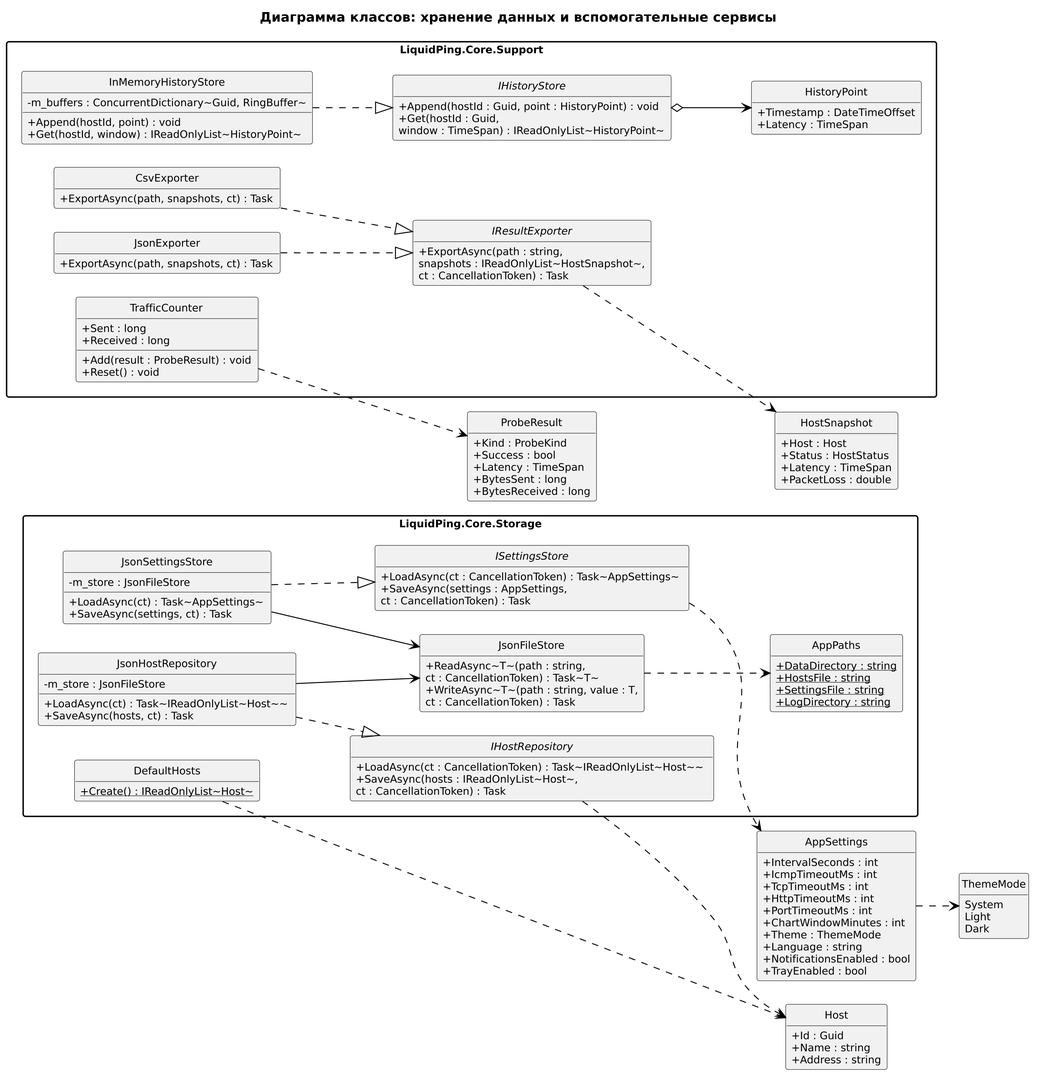
The PlantUML diagram docs/uml/img/class-storage.png in Levandovskii/liquid-ping, before a commit. Its source is kept beside it as docs/uml/src/class-storage.puml.
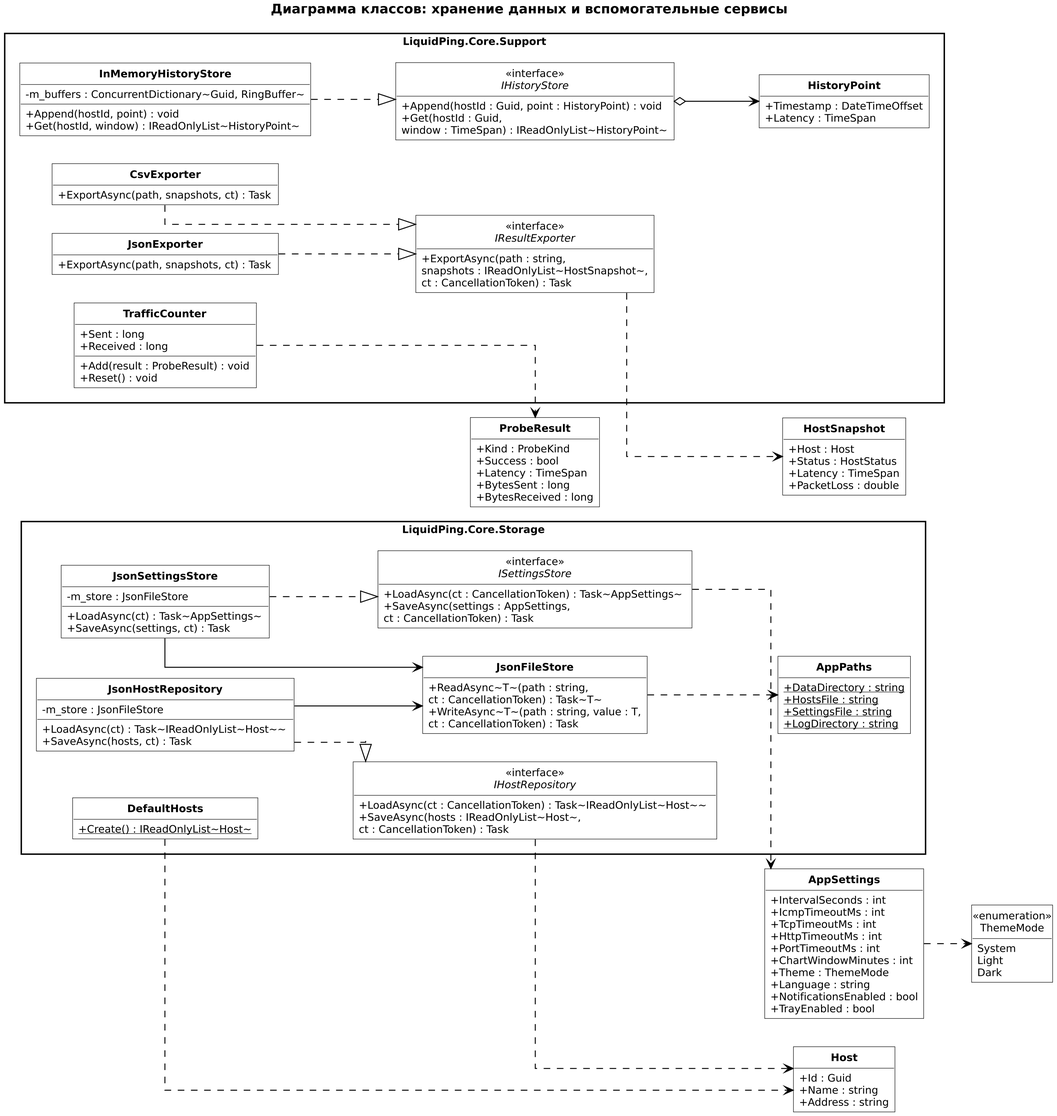
Above is the later version.

Change to the diagram source:
```diff
@@ -1,14 +1,26 @@
 @startuml
 set separator none
-skinparam monochrome true
+skinparam monochrome false
 skinparam shadowing false
 skinparam classAttributeIconSize 0
 skinparam defaultFontName "DejaVu Sans"
 skinparam defaultFontSize 11
 skinparam packageStyle rectangle
-skinparam nodesep 25
-skinparam ranksep 40
+skinparam nodesep 30
+skinparam ranksep 45
 skinparam ArrowColor #000000
+skinparam classBackgroundColor #FFFFFF
+skinparam classBorderColor #000000
+skinparam classFontColor #000000
+skinparam classFontStyle bold
+skinparam classAttributeFontStyle normal
+skinparam stereotypeCBackgroundColor #FFFFFF
+skinparam packageBackgroundColor #FFFFFF
+skinparam packageBorderColor #000000
+skinparam noteBackgroundColor #FFFFFF
+skinparam noteBorderColor #000000
+skinparam linetype ortho
+skinparam roundCorner 0
 hide empty members
 hide circle
 
@@ -16,83 +28,83 @@
 title Диаграмма классов: хранение данных и вспомогательные сервисы
 
 package "LiquidPing.Core.Storage" {
-  interface IHostRepository {
+  interface "IHostRepository" as IHostRepository <<interface>> {
     +LoadAsync(ct : CancellationToken) : Task~IReadOnlyList~Host~~
     +SaveAsync(hosts : IReadOnlyList~Host~,\nct : CancellationToken) : Task
   }
 
-  class JsonHostRepository {
+  class "**JsonHostRepository**" as JsonHostRepository {
     -m_store : JsonFileStore
     +LoadAsync(ct) : Task~IReadOnlyList~Host~~
     +SaveAsync(hosts, ct) : Task
   }
 
-  interface ISettingsStore {
+  interface "ISettingsStore" as ISettingsStore <<interface>> {
     +LoadAsync(ct : CancellationToken) : Task~AppSettings~
     +SaveAsync(settings : AppSettings,\nct : CancellationToken) : Task
   }
 
-  class JsonSettingsStore {
+  class "**JsonSettingsStore**" as JsonSettingsStore {
     -m_store : JsonFileStore
     +LoadAsync(ct) : Task~AppSettings~
     +SaveAsync(settings, ct) : Task
   }
 
-  class JsonFileStore {
+  class "**JsonFileStore**" as JsonFileStore {
     +ReadAsync~T~(path : string,\nct : CancellationToken) : Task~T~
     +WriteAsync~T~(path : string, value : T,\nct : CancellationToken) : Task
   }
 
-  class AppPaths {
+  class "**AppPaths**" as AppPaths {
     +{static} DataDirectory : string
     +{static} HostsFile : string
     +{static} SettingsFile : string
     +{static} LogDirectory : string
   }
 
-  class DefaultHosts {
+  class "**DefaultHosts**" as DefaultHosts {
     +{static} Create() : IReadOnlyList~Host~
   }
 }
 
 package "LiquidPing.Core.Support" {
-  interface IHistoryStore {
+  interface "IHistoryStore" as IHistoryStore <<interface>> {
     +Append(hostId : Guid, point : HistoryPoint) : void
     +Get(hostId : Guid,\nwindow : TimeSpan) : IReadOnlyList~HistoryPoint~
   }
 
-  class InMemoryHistoryStore {
+  class "**InMemoryHistoryStore**" as InMemoryHistoryStore {
     -m_buffers : ConcurrentDictionary~Guid, RingBuffer~
     +Append(hostId, point) : void
     +Get(hostId, window) : IReadOnlyList~HistoryPoint~
   }
 
-  class HistoryPoint {
+  class "**HistoryPoint**" as HistoryPoint {
     +Timestamp : DateTimeOffset
     +Latency : TimeSpan
   }
 
-  class TrafficCounter {
+  class "**TrafficCounter**" as TrafficCounter {
     +Sent : long
     +Received : long
     +Add(result : ProbeResult) : void
     +Reset() : void
   }
 
-  interface IResultExporter {
+  interface "IResultExporter" as IResultExporter <<interface>> {
     +ExportAsync(path : string,\nsnapshots : IReadOnlyList~HostSnapshot~,\nct : CancellationToken) : Task
   }
 
-  class CsvExporter {
+  class "**CsvExporter**" as CsvExporter {
     +ExportAsync(path, snapshots, ct) : Task
   }
 
-  class JsonExporter {
+  class "**JsonExporter**" as JsonExporter {
     +ExportAsync(path, snapshots, ct) : Task
   }
 }
 
-class AppSettings {
+class "**AppSettings**" as AppSettings {
   +IntervalSeconds : int
   +IcmpTimeoutMs : int
   +TcpTimeoutMs : int
@@ -105,19 +117,19 @@
   +TrayEnabled : bool
 }
 
-enum ThemeMode {
+enum "ThemeMode" as ThemeMode <<enumeration>> {
   System
   Light
   Dark
 }
 
-class Host {
+class "**Host**" as Host {
   +Id : Guid
   +Name : string
   +Address : string
 }
 
-class ProbeResult {
+class "**ProbeResult**" as ProbeResult {
   +Kind : ProbeKind
   +Success : bool
   +Latency : TimeSpan
@@ -125,7 +137,7 @@
   +BytesReceived : long
 }
 
-class HostSnapshot {
+class "**HostSnapshot**" as HostSnapshot {
   +Host : Host
   +Status : HostStatus
   +Latency : TimeSpan
```
